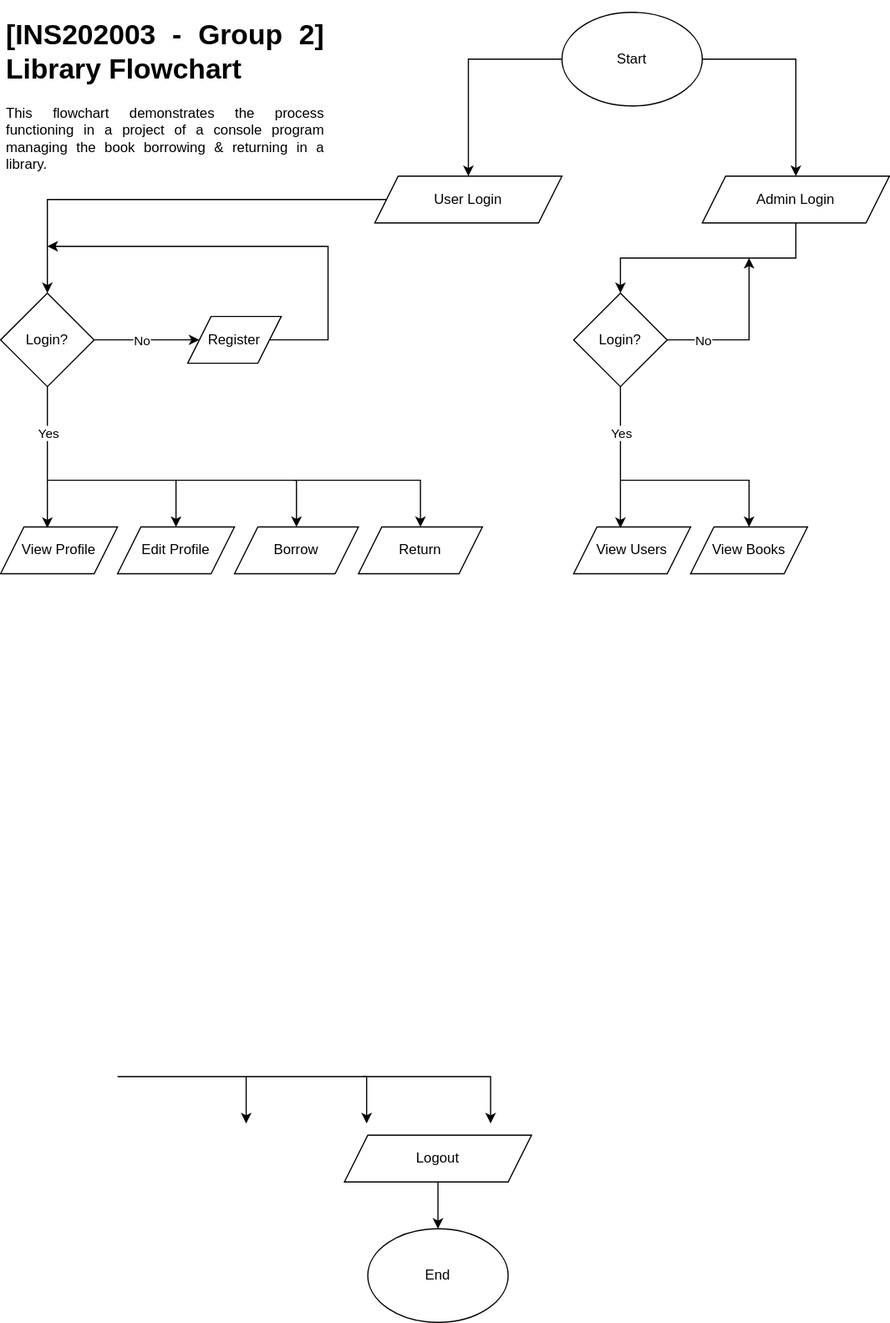
caracheese/INS2020-library-project keeps this draw.io diagram as Library Flowchart.svg. Above is the earlier version. Source tidied: cells renumbered, new cells last; positions are measured from the earlier drawing's top-left corner, leaving out a move shared by most shapes.
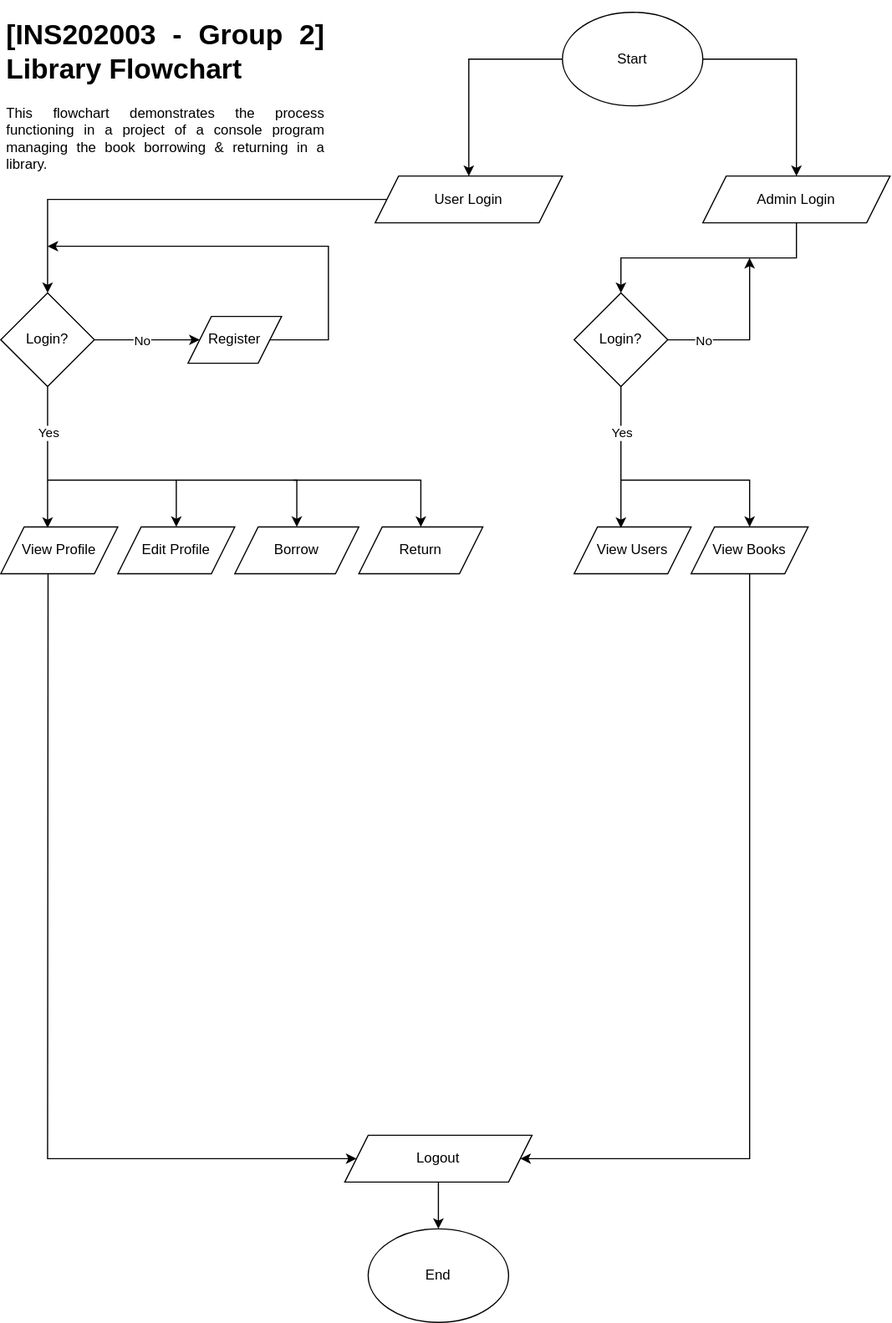
Above is the later version.

Change to the diagram source:
```diff
@@ -141,32 +141,19 @@
         <mxPoint y="-21" as="offset" />
       </mxGeometry>
     </mxCell>
-    <mxCell id="35" style="endArrow=classic;html=1;rounded=0;entryX=0.5;entryY=0;entryDx=0;entryDy=0;" parent="1" edge="1">
+    <mxCell id="35" style="endArrow=classic;html=1;rounded=0;entryX=1;entryY=0.5;entryDx=0;entryDy=0;exitX=0.5;exitY=1;exitDx=0;exitDy=0;" parent="1" edge="1" source="31" target="24">
       <mxGeometry relative="1" as="geometry">
-        <mxPoint x="100" y="910" as="sourcePoint" />
-        <mxPoint x="210" y="950" as="targetPoint" />
         <Array as="points">
-          <mxPoint x="210" y="910" />
+          <mxPoint x="640" y="980" />
         </Array>
       </mxGeometry>
     </mxCell>
-    <mxCell id="36" style="endArrow=classic;html=1;rounded=0;entryX=0.5;entryY=0;entryDx=0;entryDy=0;" parent="1" edge="1">
-      <mxGeometry relative="1" as="geometry">
-        <mxPoint x="210" y="910" as="sourcePoint" />
-        <mxPoint x="313" y="950" as="targetPoint" />
-        <Array as="points">
-          <mxPoint x="313" y="910" />
-        </Array>
-      </mxGeometry>
-    </mxCell>
-    <mxCell id="37" style="endArrow=classic;html=1;rounded=0;entryX=0.5;entryY=0;entryDx=0;entryDy=0;" parent="1" edge="1">
-      <mxGeometry relative="1" as="geometry">
-        <mxPoint x="310" y="910" as="sourcePoint" />
-        <mxPoint x="419" y="950" as="targetPoint" />
-        <Array as="points">
-          <mxPoint x="419" y="910" />
-        </Array>
-      </mxGeometry>
-    </mxCell>
+    <mxCell id="38" style="endArrow=classic;html=1;rounded=0;exitX=0.404;exitY=0.99;exitDx=0;exitDy=0;entryX=0;entryY=0.5;entryDx=0;entryDy=0;exitPerimeter=0;" parent="1" edge="1" source="15" target="24">
+      <mxGeometry relative="1" as="geometry">
+        <Array as="points">
+          <mxPoint x="40" y="980" />
+        </Array>
+      </mxGeometry>
+    </mxCell>
   </root>
 </mxGraphModel>
```
